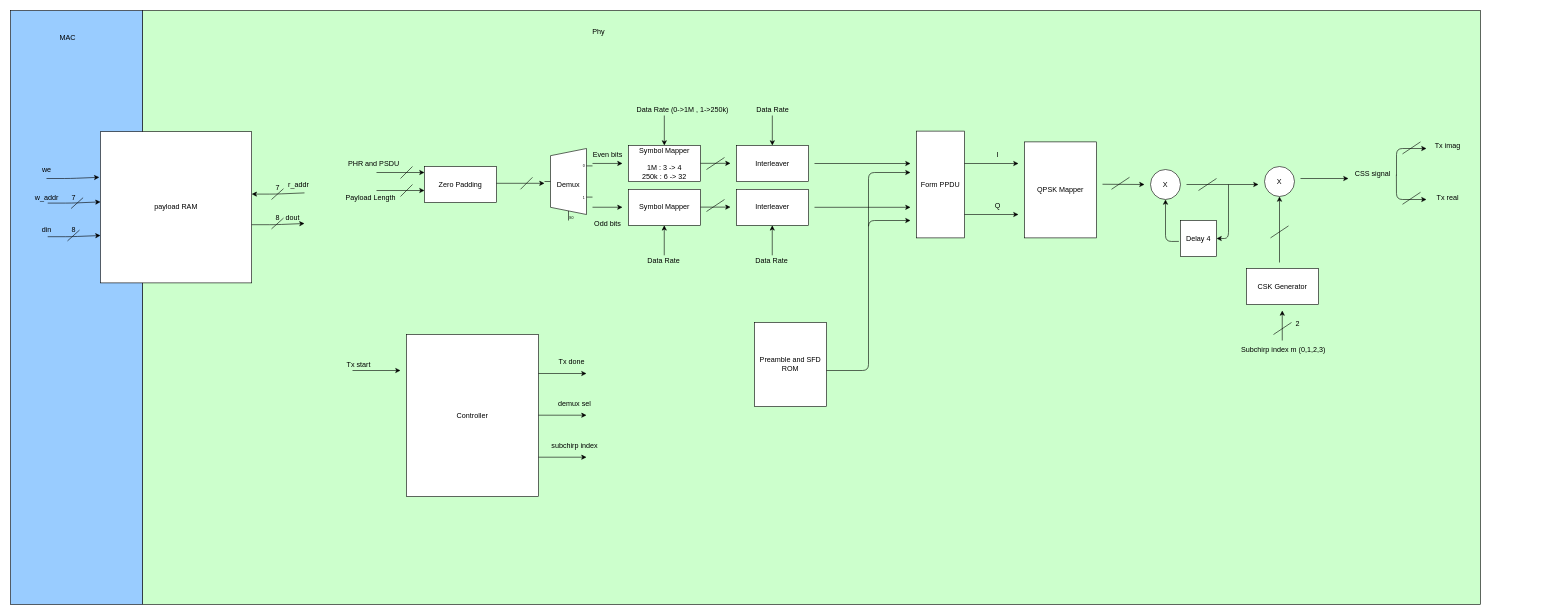
The draw.io diagram Docs/block_digram.drawio in Yasmeen283/Zigbee_Tx_Phy_Layer, before the edit. Source tidied: cells renumbered, new cells numbered last; positions are measured from the earlier drawing's top-left corner, leaving out a move shared by most shapes. Both pictures are drawn from the tidied source at 60%, with x=0, y=0 at pixel (10, 10).
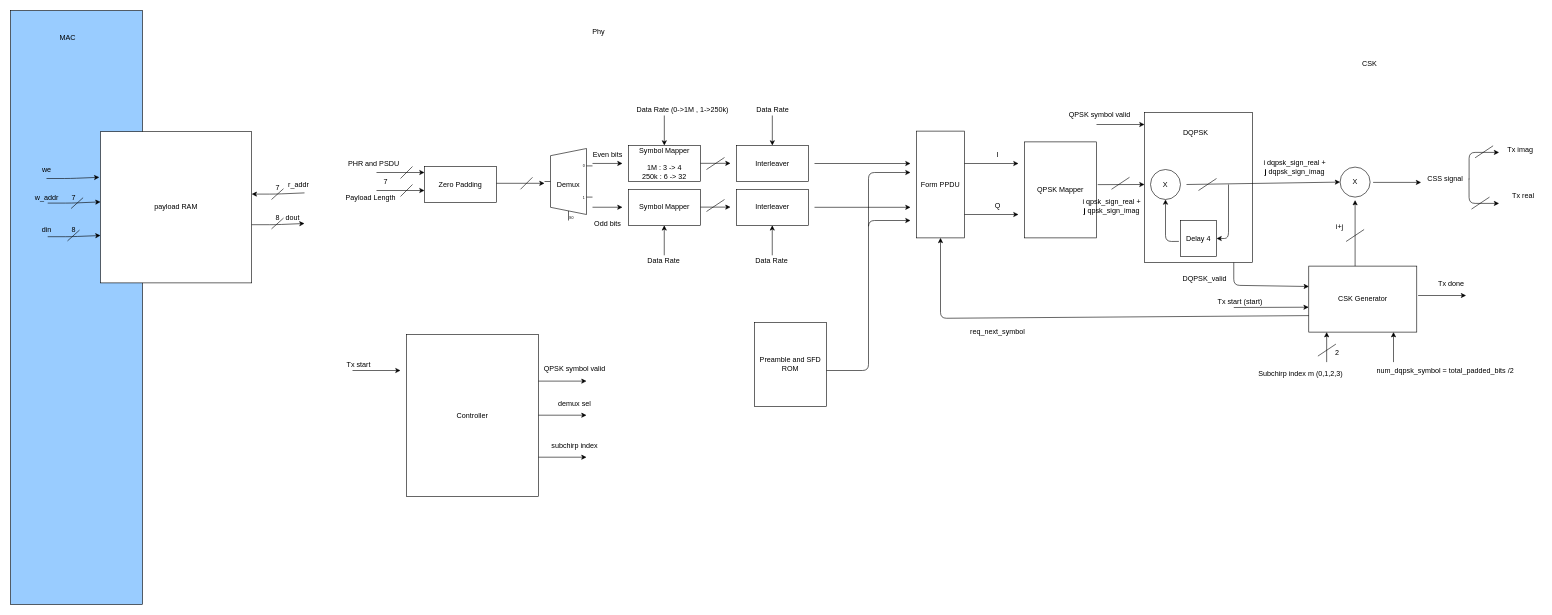
The same diagram, later.

Commit message:
block diagram

Unchanged cells that the change refers to:
```xml
<mxCell id="32" value="Form PPDU" style="whiteSpace=wrap;html=1;" parent="1" vertex="1">
  <mxGeometry x="1510" y="201" width="80" height="178" as="geometry" />
</mxCell>
<mxCell id="42" value="QPSK Mapper" style="whiteSpace=wrap;html=1;" parent="1" vertex="1">
  <mxGeometry x="1690" y="219" width="120" height="160" as="geometry" />
</mxCell>
```

The edit, as a diff of the source:
```diff
@@
-    <mxCell id="2" style="rounded=0;whiteSpace=wrap;html=1;fillColor=#CCFFCC;" parent="1" vertex="1">
-      <mxGeometry x="220" width="2230" height="990" as="geometry" />
-    </mxCell>
+    <mxCell id="99" style="whiteSpace=wrap;html=1;" parent="1" vertex="1">
+      <mxGeometry x="1890" y="170" width="180" height="250" as="geometry" />
+    </mxCell>
@@
-    <mxCell id="43" style="endArrow=classic;html=1;" parent="1" edge="1">
+    <mxCell id="43" style="endArrow=classic;html=1;exitX=1.017;exitY=0.445;exitDx=0;exitDy=0;exitPerimeter=0;" parent="1" edge="1" source="42">
       <mxGeometry relative="1" as="geometry">
-        <mxPoint x="1820" y="289.6" as="sourcePoint" />
         <mxPoint x="1890" y="290" as="targetPoint" />
       </mxGeometry>
     </mxCell>
@@
-    <mxCell id="45" style="endArrow=classic;html=1;" parent="1" edge="1">
+    <mxCell id="45" style="endArrow=classic;html=1;entryX=0;entryY=0.5;entryDx=0;entryDy=0;" parent="1" edge="1" target="46">
       <mxGeometry relative="1" as="geometry">
         <mxPoint x="1960" y="290" as="sourcePoint" />
-        <mxPoint x="2080" y="290" as="targetPoint" />
       </mxGeometry>
     </mxCell>
     <mxCell id="46" value="X" style="ellipse;whiteSpace=wrap;html=1;" parent="1" vertex="1">
-      <mxGeometry x="2090" y="260" width="50" height="50" as="geometry" />
+      <mxGeometry x="2216" y="261" width="50" height="50" as="geometry" />
     </mxCell>
@@
     <mxCell id="50" value="CSK Generator" style="whiteSpace=wrap;html=1;" parent="1" vertex="1">
-      <mxGeometry x="2060" y="430" width="120" height="60" as="geometry" />
+      <mxGeometry x="2163.8" y="426" width="180" height="110" as="geometry" />
     </mxCell>
-    <mxCell id="51" style="endArrow=classic;html=1;entryX=0.5;entryY=1;entryDx=0;entryDy=0;" parent="1" edge="1" target="46">
+    <mxCell id="51" style="endArrow=classic;html=1;entryX=0.5;entryY=1;entryDx=0;entryDy=0;" parent="1" edge="1">
       <mxGeometry relative="1" as="geometry">
-        <mxPoint x="2115" y="420" as="sourcePoint" />
+        <mxPoint x="2241" y="426" as="sourcePoint" />
+        <mxPoint x="2241" y="316" as="targetPoint" />
       </mxGeometry>
     </mxCell>
     <mxCell id="52" style="endArrow=classic;html=1;" parent="1" edge="1">
       <mxGeometry relative="1" as="geometry">
-        <mxPoint x="2150" y="280" as="sourcePoint" />
-        <mxPoint x="2230" y="280" as="targetPoint" />
+        <mxPoint x="2271" y="286.5" as="sourcePoint" />
+        <mxPoint x="2351" y="286.5" as="targetPoint" />
       </mxGeometry>
     </mxCell>
     <mxCell id="53" value="CSS signal" style="text;html=1;align=center;verticalAlign=middle;points=[];strokeColor=none;fillColor=none;" parent="1" vertex="1">
-      <mxGeometry x="2230" y="258" width="80" height="30" as="geometry" />
+      <mxGeometry x="2351" y="264.5" width="80" height="30" as="geometry" />
     </mxCell>
     <mxCell id="54" style="endArrow=classic;html=1;" parent="1" edge="1">
       <mxGeometry relative="1" as="geometry">
-        <mxPoint x="2119.6" y="550" as="sourcePoint" />
-        <mxPoint x="2119.6" y="500" as="targetPoint" />
+        <mxPoint x="2193.6" y="586" as="sourcePoint" />
+        <mxPoint x="2193.6" y="536" as="targetPoint" />
       </mxGeometry>
     </mxCell>
     <mxCell id="55" value="Subchirp index m (0,1,2,3)" style="text;html=1;align=center;verticalAlign=middle;strokeColor=none;fillColor=none;" parent="1" vertex="1">
-      <mxGeometry x="2041" y="550" width="160" height="30" as="geometry" />
+      <mxGeometry x="2070" y="590" width="160" height="30" as="geometry" />
     </mxCell>
     <mxCell id="56" style="endArrow=classic;html=1;" parent="1" edge="1">
       <mxGeometry relative="1" as="geometry">
-        <mxPoint x="2310" y="275" as="sourcePoint" />
-        <mxPoint x="2360" y="230" as="targetPoint" />
+        <mxPoint x="2431" y="281.5" as="sourcePoint" />
+        <mxPoint x="2481" y="236.5" as="targetPoint" />
         <Array as="points">
-          <mxPoint x="2310" y="230" />
+          <mxPoint x="2431" y="236.5" />
         </Array>
       </mxGeometry>
     </mxCell>
     <mxCell id="57" style="endArrow=classic;html=1;exitX=0.998;exitY=0.525;exitDx=0;exitDy=0;exitPerimeter=0;" parent="1" edge="1" source="53">
       <mxGeometry relative="1" as="geometry">
-        <mxPoint x="2360" y="315" as="targetPoint" />
+        <mxPoint x="2481" y="321.5" as="targetPoint" />
         <Array as="points">
-          <mxPoint x="2310" y="315" />
+          <mxPoint x="2431" y="321.5" />
         </Array>
       </mxGeometry>
     </mxCell>
     <mxCell id="58" value="Tx imag" style="text;html=1;align=center;verticalAlign=middle;strokeColor=none;fillColor=none;" parent="1" vertex="1">
-      <mxGeometry x="2360" y="210" width="70" height="30" as="geometry" />
+      <mxGeometry x="2481" y="216.5" width="70" height="30" as="geometry" />
     </mxCell>
     <mxCell id="59" value="Tx real" style="text;html=1;align=center;verticalAlign=middle;strokeColor=none;fillColor=none;" parent="1" vertex="1">
-      <mxGeometry x="2365" y="298" width="60" height="30" as="geometry" />
+      <mxGeometry x="2491" y="294" width="60" height="30" as="geometry" />
     </mxCell>
     <mxCell id="60" style="endArrow=none;html=1;" parent="1" edge="1">
       <mxGeometry relative="1" as="geometry">
-        <mxPoint x="2320" y="239" as="sourcePoint" />
-        <mxPoint x="2350" y="219" as="targetPoint" />
+        <mxPoint x="2441" y="245.5" as="sourcePoint" />
+        <mxPoint x="2471" y="225.5" as="targetPoint" />
       </mxGeometry>
     </mxCell>
     <mxCell id="61" style="endArrow=none;html=1;" parent="1" edge="1">
       <mxGeometry relative="1" as="geometry">
-        <mxPoint x="2320" y="323" as="sourcePoint" />
-        <mxPoint x="2350" y="303" as="targetPoint" />
+        <mxPoint x="2435" y="331" as="sourcePoint" />
+        <mxPoint x="2465" y="311" as="targetPoint" />
       </mxGeometry>
     </mxCell>
     <mxCell id="62" style="endArrow=none;html=1;" parent="1" edge="1">
       <mxGeometry relative="1" as="geometry">
-        <mxPoint x="2100" y="379" as="sourcePoint" />
-        <mxPoint x="2130" y="359" as="targetPoint" />
+        <mxPoint x="2226" y="385" as="sourcePoint" />
+        <mxPoint x="2256" y="365" as="targetPoint" />
       </mxGeometry>
     </mxCell>
@@
     <mxCell id="65" style="endArrow=none;html=1;" parent="1" edge="1">
       <mxGeometry relative="1" as="geometry">
-        <mxPoint x="2105" y="540" as="sourcePoint" />
-        <mxPoint x="2135" y="520" as="targetPoint" />
+        <mxPoint x="2179" y="576" as="sourcePoint" />
+        <mxPoint x="2209" y="556" as="targetPoint" />
       </mxGeometry>
     </mxCell>
     <mxCell id="66" value="2" style="text;html=1;align=center;verticalAlign=middle;strokeColor=none;fillColor=none;" parent="1" vertex="1">
-      <mxGeometry x="2130" y="508" width="30" height="30" as="geometry" />
+      <mxGeometry x="2196.2" y="556" width="30" height="30" as="geometry" />
     </mxCell>
@@
     <mxCell id="72" style="endArrow=classic;html=1;" parent="1" edge="1">
       <mxGeometry relative="1" as="geometry">
-        <mxPoint x="880" y="605" as="sourcePoint" />
-        <mxPoint x="960" y="605" as="targetPoint" />
+        <mxPoint x="2346" y="475" as="sourcePoint" />
+        <mxPoint x="2426" y="475" as="targetPoint" />
       </mxGeometry>
     </mxCell>
     <mxCell id="73" value="Tx done" style="text;html=1;align=center;verticalAlign=middle;strokeColor=none;fillColor=none;" parent="1" vertex="1">
-      <mxGeometry x="900" y="570" width="70" height="30" as="geometry" />
+      <mxGeometry x="2366" y="440" width="70" height="30" as="geometry" />
     </mxCell>
@@
+    <mxCell id="100" value="7" style="text;html=1;align=center;verticalAlign=middle;strokeColor=none;fillColor=none;" parent="1" vertex="1">
+      <mxGeometry x="610" y="270" width="30" height="30" as="geometry" />
+    </mxCell>
+    <mxCell id="101" style="endArrow=classic;html=1;exitX=0.5;exitY=1;exitDx=0;exitDy=0;" parent="1" edge="1">
+      <mxGeometry relative="1" as="geometry">
+        <mxPoint x="2038.8" y="420" as="sourcePoint" />
+        <mxPoint x="2164" y="460" as="targetPoint" />
+        <Array as="points">
+          <mxPoint x="2038.8" y="458" />
+        </Array>
+      </mxGeometry>
+    </mxCell>
+    <mxCell id="102" value="DQPSK_valid" style="text;html=1;align=center;verticalAlign=middle;strokeColor=none;fillColor=none;" parent="1" vertex="1">
+      <mxGeometry x="1940" y="433" width="100" height="30" as="geometry" />
+    </mxCell>
+    <mxCell id="103" style="endArrow=classic;html=1;entryX=0.611;entryY=1;entryDx=0;entryDy=0;entryPerimeter=0;" parent="1" edge="1">
+      <mxGeometry relative="1" as="geometry">
+        <mxPoint x="2305" y="586" as="sourcePoint" />
+        <mxPoint x="2305" y="536" as="targetPoint" />
+      </mxGeometry>
+    </mxCell>
+    <mxCell id="104" style="endArrow=classic;html=1;entryX=-0.001;entryY=0.623;entryDx=0;entryDy=0;entryPerimeter=0;" parent="1" edge="1" target="50">
+      <mxGeometry relative="1" as="geometry">
+        <mxPoint x="2038.8" y="495" as="sourcePoint" />
+      </mxGeometry>
+    </mxCell>
+    <mxCell id="105" value="Tx start (start)" style="text;html=1;align=center;verticalAlign=middle;strokeColor=none;fillColor=none;" parent="1" vertex="1">
+      <mxGeometry x="1998.8" y="470" width="100" height="30" as="geometry" />
+    </mxCell>
+    <mxCell id="106" value="DQPSK" style="text;html=1;align=center;verticalAlign=middle;strokeColor=none;fillColor=none;" parent="1" vertex="1">
+      <mxGeometry x="1940" y="189" width="70" height="30" as="geometry" />
+    </mxCell>
+    <mxCell id="107" value="CSK" style="text;html=1;align=center;verticalAlign=middle;strokeColor=none;fillColor=none;" parent="1" vertex="1">
+      <mxGeometry x="2240" y="74" width="50" height="30" as="geometry" />
+    </mxCell>
+    <mxCell id="108" value="i dqpsk_sign_real +&lt;div&gt;&lt;b&gt;j&lt;/b&gt;&amp;nbsp;&lt;span style=&quot;color: rgb(0, 0, 0); background-color: transparent;&quot;&gt;dqpsk_sign_imag&lt;/span&gt;&lt;/div&gt;" style="text;html=1;align=center;verticalAlign=middle;strokeColor=none;fillColor=none;" parent="1" vertex="1">
+      <mxGeometry x="2075" y="241" width="130" height="40" as="geometry" />
+    </mxCell>
+    <mxCell id="109" value="i+j" style="text;html=1;align=center;verticalAlign=middle;strokeColor=none;fillColor=none;" parent="1" vertex="1">
+      <mxGeometry x="2195" y="346" width="40" height="30" as="geometry" />
+    </mxCell>
+    <mxCell id="110" value="num_dqpsk_symbol = total_padded_bits /2" style="text;html=1;align=center;verticalAlign=middle;strokeColor=none;fillColor=none;" parent="1" vertex="1">
+      <mxGeometry x="2266" y="586" width="250" height="30" as="geometry" />
+    </mxCell>
+    <mxCell id="111" style="endArrow=classic;html=1;exitX=0;exitY=0.75;exitDx=0;exitDy=0;entryX=0.5;entryY=1;entryDx=0;entryDy=0;" parent="1" edge="1" source="50" target="32">
+      <mxGeometry relative="1" as="geometry">
+        <Array as="points">
+          <mxPoint x="1550" y="513" />
+        </Array>
+      </mxGeometry>
+    </mxCell>
+    <mxCell id="112" value="req_next_symbol" style="text;html=1;align=center;verticalAlign=middle;strokeColor=none;fillColor=none;" parent="1" vertex="1">
+      <mxGeometry x="1590" y="520" width="110" height="30" as="geometry" />
+    </mxCell>
+    <mxCell id="113" style="endArrow=classic;html=1;" parent="1" edge="1">
+      <mxGeometry relative="1" as="geometry">
+        <mxPoint x="880" y="617.7" as="sourcePoint" />
+        <mxPoint x="960" y="617.7" as="targetPoint" />
+      </mxGeometry>
+    </mxCell>
+    <mxCell id="114" value="QPSK symbol valid" style="text;html=1;align=center;verticalAlign=middle;strokeColor=none;fillColor=none;" parent="1" vertex="1">
+      <mxGeometry x="875" y="583.1" width="130" height="30" as="geometry" />
+    </mxCell>
+    <mxCell id="115" style="endArrow=classic;html=1;" parent="1" edge="1">
+      <mxGeometry relative="1" as="geometry">
+        <mxPoint x="1810" y="190" as="sourcePoint" />
+        <mxPoint x="1890" y="190" as="targetPoint" />
+      </mxGeometry>
+    </mxCell>
+    <mxCell id="116" value="QPSK symbol valid" style="text;html=1;align=center;verticalAlign=middle;strokeColor=none;fillColor=none;" parent="1" vertex="1">
+      <mxGeometry x="1750" y="159" width="130" height="30" as="geometry" />
+    </mxCell>
+    <mxCell id="117" value="i qpsk_sign_real +&lt;div&gt;&lt;b&gt;j&lt;/b&gt;&amp;nbsp;&lt;span style=&quot;color: rgb(0, 0, 0); background-color: transparent;&quot;&gt;qpsk_sign_imag&lt;/span&gt;&lt;/div&gt;" style="text;html=1;align=center;verticalAlign=middle;strokeColor=none;fillColor=none;" parent="1" vertex="1">
+      <mxGeometry x="1775" y="306" width="120" height="40" as="geometry" />
+    </mxCell>
```
